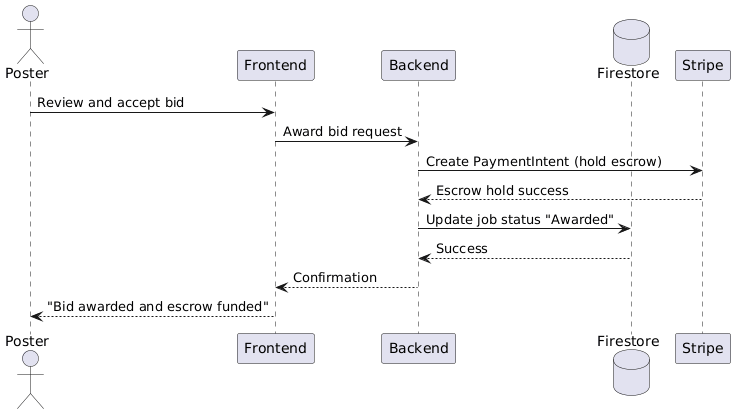
Earlier version of the PlantUML export documentation/1.2 Detailed User Stories, Requirements, and Initial Prototype/UC-3.png (tjung-git/OpenBid-Map-first-Bidding-Markplace).
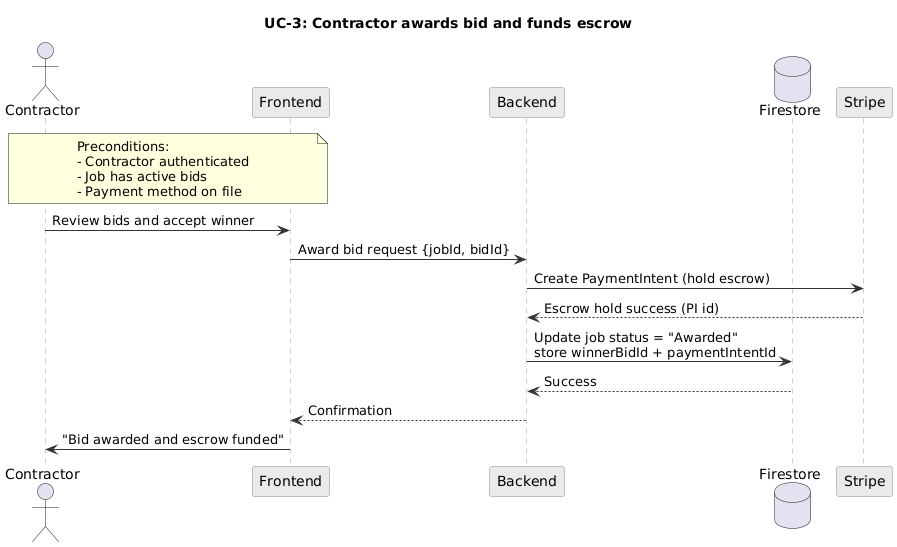
Above is the later version.

Change to the diagram source:
```diff
@@ -1,16 +1,34 @@
 @startuml
-actor Poster
+title UC-3: Contractor awards bid and funds escrow
+
+skinparam backgroundColor #ffffff
+skinparam sequence {
+  ArrowColor #333333
+  LifeLineBorderColor #999
+  LifeLineBackgroundColor #f8f8f8
+  ParticipantBorderColor #8a8a8a
+  ParticipantBackgroundColor #eaeaea
+}
+
+actor Contractor
 participant "Frontend" as FE
 participant "Backend" as BE
-database "Firestore" as DB
-participant "Stripe" as Stripe
+database "Firestore" as FS
+participant "Stripe" as ST
 
-Poster -> FE: Review and accept bid
-FE -> BE: Award bid request
-BE -> Stripe: Create PaymentIntent (hold escrow)
-Stripe --> BE: Escrow hold success
-BE -> DB: Update job status "Awarded"
-DB --> BE: Success
+note over Contractor, FE
+Preconditions:
+- Contractor authenticated
+- Job has active bids
+- Payment method on file
+end note
+
+Contractor -> FE: Review bids and accept winner
+FE -> BE: Award bid request {jobId, bidId}
+BE -> ST: Create PaymentIntent (hold escrow)
+ST --> BE: Escrow hold success (PI id)
+BE -> FS: Update job status = "Awarded"\nstore winnerBidId + paymentIntentId
+FS --> BE: Success
 BE --> FE: Confirmation
-FE --> Poster: "Bid awarded and escrow funded"
+FE -> Contractor: "Bid awarded and escrow funded"
 @enduml
```
